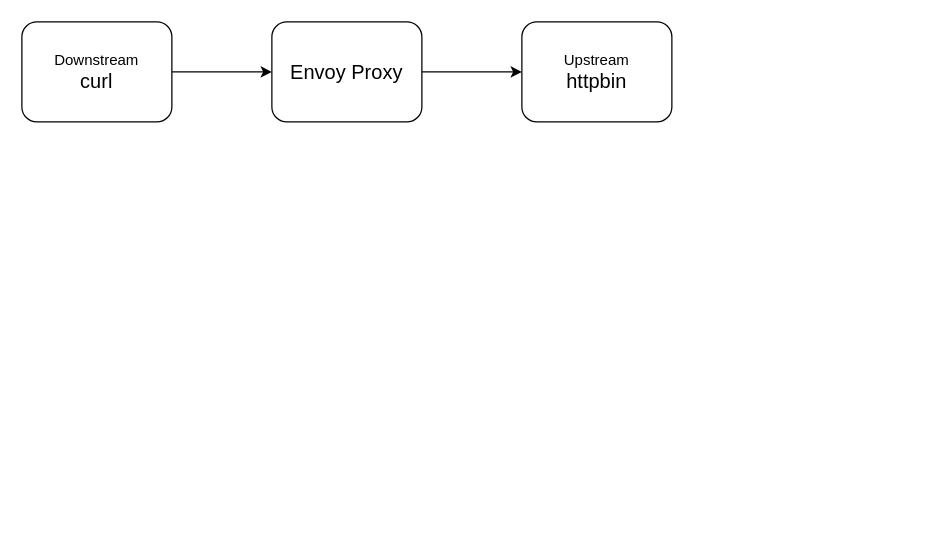
This is diagram.drawio from pheely/envoy-extension-in-rust, a draw.io file, before an edit. Source tidied: cells renumbered, new cells numbered last; positions are measured from the earlier drawing's top-left corner, leaving out a move shared by most shapes. Both pictures are drawn from the tidied source at 125%, with x=0, y=0 at pixel (21, 21).
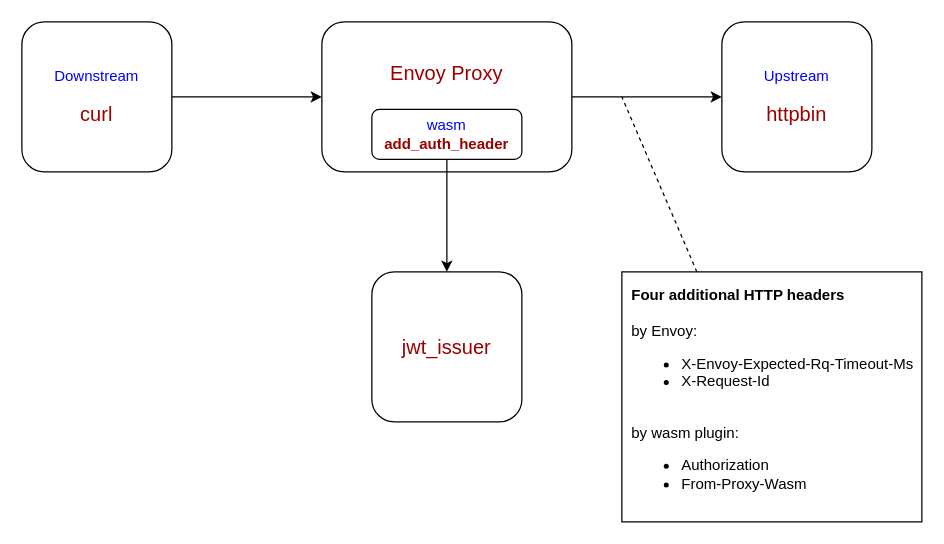
The same diagram, later.

Commit message (it also covers changes not shown here):
add jwt_issuer

What changed in the source:
```diff
@@
 <mxGraphModel>
   <root>
     <mxCell id="0" />
     <mxCell id="1" parent="0" />
     <mxCell id="2" style="edgeStyle=orthogonalEdgeStyle;rounded=0;jettySize=auto;html=1;exitX=1;exitY=0.5;exitDx=0;exitDy=0;entryX=0;entryY=0.5;entryDx=0;entryDy=0;" parent="1" edge="1" source="3" target="5">
       <mxGeometry relative="1" as="geometry" />
     </mxCell>
-    <mxCell id="3" value="Downstream&lt;br&gt;&lt;font style=&quot;font-size: 16px;&quot;&gt;curl&lt;/font&gt;" style="rounded=1;whiteSpace=wrap;html=1;" parent="1" vertex="1">
-      <mxGeometry width="120" height="80" as="geometry" />
+    <mxCell id="3" value="&lt;font color=&quot;#0000ff&quot;&gt;Downstream&lt;br&gt;&lt;/font&gt;&lt;br&gt;&lt;font color=&quot;#990000&quot; style=&quot;font-size: 16px;&quot;&gt;curl&lt;/font&gt;" style="rounded=1;whiteSpace=wrap;html=1;" parent="1" vertex="1">
+      <mxGeometry width="120" height="120" as="geometry" />
     </mxCell>
     <mxCell id="4" style="edgeStyle=orthogonalEdgeStyle;rounded=0;jettySize=auto;html=1;exitX=1;exitY=0.5;exitDx=0;exitDy=0;" parent="1" edge="1" source="5" target="6">
       <mxGeometry relative="1" as="geometry" />
     </mxCell>
-    <mxCell id="5" value="&lt;font style=&quot;font-size: 16px;&quot;&gt;Envoy Proxy&lt;/font&gt;" style="rounded=1;whiteSpace=wrap;html=1;" parent="1" vertex="1">
-      <mxGeometry x="200" width="120" height="80" as="geometry" />
+    <mxCell id="5" value="&lt;font style=&quot;font-size: 16px;&quot;&gt;Envoy Proxy&lt;br&gt;&lt;br&gt;&lt;br&gt;&lt;/font&gt;" style="rounded=1;whiteSpace=wrap;html=1;fontColor=#990000;horizontal=1;verticalAlign=middle;" parent="1" vertex="1">
+      <mxGeometry x="240" width="200" height="120" as="geometry" />
     </mxCell>
-    <mxCell id="6" value="Upstream&lt;br&gt;&lt;font style=&quot;font-size: 16px;&quot;&gt;httpbin&lt;/font&gt;" style="rounded=1;whiteSpace=wrap;html=1;" parent="1" vertex="1">
-      <mxGeometry x="400" width="120" height="80" as="geometry" />
+    <mxCell id="6" value="&lt;font color=&quot;#0000ff&quot;&gt;Upstream&lt;br&gt;&lt;/font&gt;&lt;br&gt;&lt;font style=&quot;font-size: 16px;&quot;&gt;httpbin&lt;/font&gt;" style="rounded=1;whiteSpace=wrap;html=1;fontColor=#990000;" parent="1" vertex="1">
+      <mxGeometry x="560" width="120" height="120" as="geometry" />
     </mxCell>
+    <mxCell id="7" value="&lt;font style=&quot;font-size: 16px;&quot;&gt;jwt_issuer&lt;/font&gt;" style="rounded=1;whiteSpace=wrap;html=1;fontColor=#990000;" parent="1" vertex="1">
+      <mxGeometry x="280" y="200" width="120" height="120" as="geometry" />
+    </mxCell>
+    <mxCell id="8" style="edgeStyle=none;html=1;exitX=0.5;exitY=1;exitDx=0;exitDy=0;entryX=0.5;entryY=0;entryDx=0;entryDy=0;fontSize=16;fontColor=#990000;" parent="1" edge="1" source="9" target="7">
+      <mxGeometry relative="1" as="geometry" />
+    </mxCell>
+    <mxCell id="9" value="&lt;font color=&quot;#0000ff&quot;&gt;wasm&lt;br&gt;&lt;/font&gt;&lt;b&gt;add_auth_header&lt;/b&gt;" style="rounded=1;whiteSpace=wrap;html=1;fontColor=#990000;" parent="1" vertex="1">
+      <mxGeometry x="280" y="70" width="120" height="40" as="geometry" />
+    </mxCell>
+    <mxCell id="10" value="&lt;b&gt;Four additional HTTP headers&lt;br&gt;&lt;/b&gt;&lt;br&gt;by Envoy:&lt;br&gt;&lt;ul&gt;&lt;li&gt;X-Envoy-Expected-Rq-Timeout-Ms&lt;/li&gt;&lt;li&gt;X-Request-Id&lt;/li&gt;&lt;/ul&gt;&lt;br&gt;by wasm plugin:&lt;br&gt;&lt;ul&gt;&lt;li&gt;Authorization&lt;/li&gt;&lt;li&gt;From-Proxy-Wasm&lt;/li&gt;&lt;/ul&gt;" style="rounded=0;whiteSpace=wrap;html=1;align=left;spacingLeft=6;spacingRight=6;" parent="1" vertex="1">
+      <mxGeometry x="480" y="200" width="240" height="200" as="geometry" />
+    </mxCell>
+    <mxCell id="11" style="endArrow=none;dashed=1;html=1;exitX=0.25;exitY=0;exitDx=0;exitDy=0;" parent="1" edge="1" source="10">
+      <mxGeometry relative="1" as="geometry">
+        <mxPoint x="480" y="60" as="targetPoint" />
+      </mxGeometry>
+    </mxCell>
   </root>
 </mxGraphModel>
```
